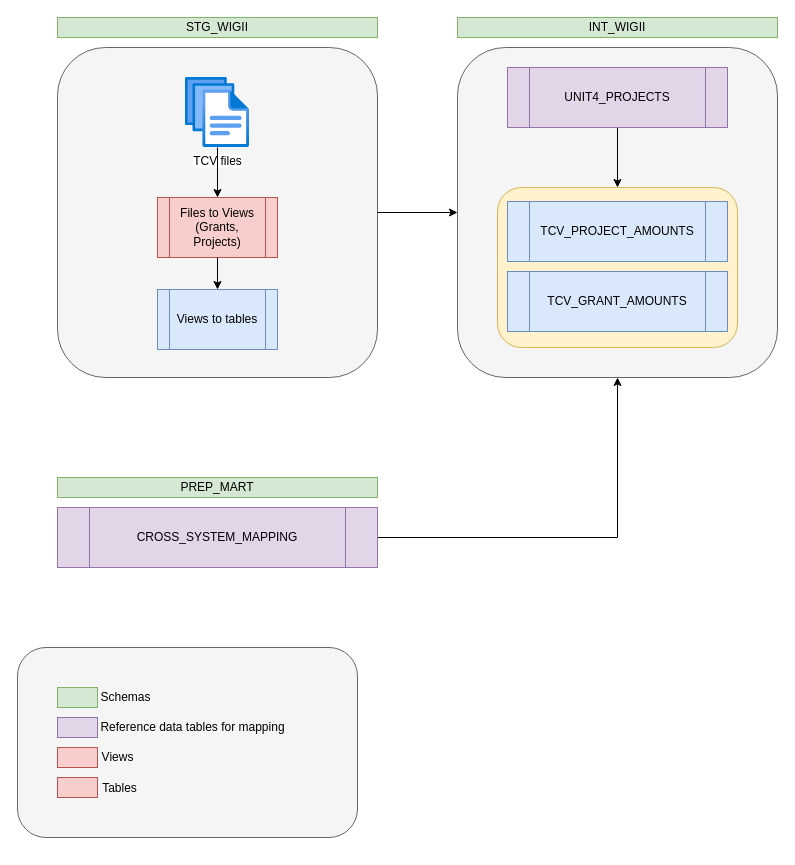
The draw.io diagram Wigii TCVs data flow.drawio in Medair/drawio, before the edit. Source tidied: cells renumbered, new cells numbered last; positions are measured from the earlier drawing's top-left corner, leaving out a move shared by most shapes. Both pictures are drawn from the tidied source at 100%, with x=0, y=0 at pixel (17, 17).
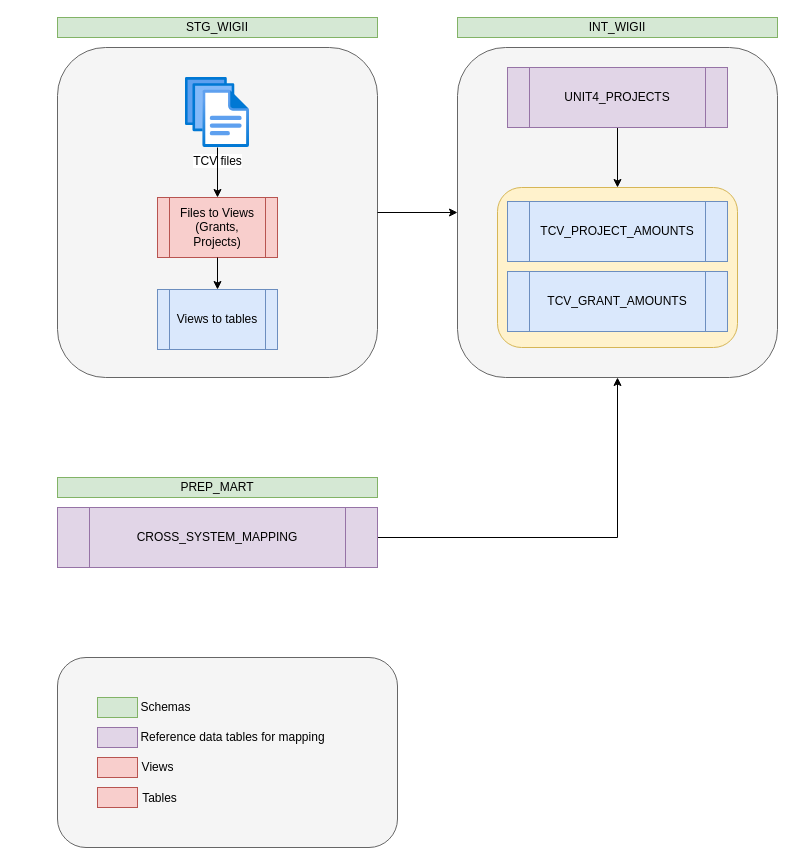
The same diagram, later.

Change to the diagram source:
```diff
@@
-    <mxCell id="2" style="rounded=1;whiteSpace=wrap;html=1;fillColor=#f5f5f5;fontColor=#333333;strokeColor=#666666;fontSize=11;" parent="1" vertex="1">
-      <mxGeometry y="630" width="340" height="190" as="geometry" />
-    </mxCell>
@@
+    <mxCell id="30" style="group;" parent="1" vertex="1">
+      <mxGeometry x="40" y="640" width="340" height="190" as="geometry" />
+    </mxCell>
+    <mxCell id="2" style="rounded=1;whiteSpace=wrap;html=1;fillColor=#f5f5f5;fontColor=#333333;strokeColor=#666666;fontSize=11;" parent="30" vertex="1">
+      <mxGeometry width="340" height="190" as="geometry" />
+    </mxCell>
-    <mxCell id="22" style="rounded=0;whiteSpace=wrap;html=1;fillColor=#d5e8d4;strokeColor=#82b366;" parent="1" vertex="1">
-      <mxGeometry x="40" y="670" width="40" height="20" as="geometry" />
+    <mxCell id="22" style="rounded=0;whiteSpace=wrap;html=1;fillColor=#d5e8d4;strokeColor=#82b366;" parent="30" vertex="1">
+      <mxGeometry x="40" y="40" width="40" height="20" as="geometry" />
     </mxCell>
-    <mxCell id="23" style="rounded=0;whiteSpace=wrap;html=1;fillColor=#e1d5e7;strokeColor=#9673a6;" parent="1" vertex="1">
-      <mxGeometry x="40" y="700" width="40" height="20" as="geometry" />
+    <mxCell id="23" style="rounded=0;whiteSpace=wrap;html=1;fillColor=#e1d5e7;strokeColor=#9673a6;" parent="30" vertex="1">
+      <mxGeometry x="40" y="70" width="40" height="20" as="geometry" />
     </mxCell>
-    <mxCell id="24" value="Reference data tables for mapping" style="text;html=1;align=center;verticalAlign=middle;strokeColor=none;fillColor=none;" parent="1" vertex="1">
-      <mxGeometry x="70" y="695" width="210" height="30" as="geometry" />
+    <mxCell id="24" value="Reference data tables for mapping" style="text;html=1;align=center;verticalAlign=middle;strokeColor=none;fillColor=none;" parent="30" vertex="1">
+      <mxGeometry x="70" y="65" width="210" height="30" as="geometry" />
     </mxCell>
-    <mxCell id="25" value="Schemas" style="text;html=1;align=center;verticalAlign=middle;strokeColor=none;fillColor=none;" parent="1" vertex="1">
-      <mxGeometry x="73" y="665" width="70" height="30" as="geometry" />
+    <mxCell id="25" value="Schemas" style="text;html=1;align=center;verticalAlign=middle;strokeColor=none;fillColor=none;" parent="30" vertex="1">
+      <mxGeometry x="73" y="35" width="70" height="30" as="geometry" />
     </mxCell>
-    <mxCell id="26" style="rounded=0;whiteSpace=wrap;html=1;fillColor=#f8cecc;strokeColor=#b85450;" parent="1" vertex="1">
-      <mxGeometry x="40" y="730" width="40" height="20" as="geometry" />
+    <mxCell id="26" style="rounded=0;whiteSpace=wrap;html=1;fillColor=#f8cecc;strokeColor=#b85450;" parent="30" vertex="1">
+      <mxGeometry x="40" y="100" width="40" height="20" as="geometry" />
     </mxCell>
-    <mxCell id="27" value="Views" style="text;html=1;align=center;verticalAlign=middle;strokeColor=none;fillColor=none;" parent="1" vertex="1">
-      <mxGeometry x="70" y="725" width="60" height="30" as="geometry" />
+    <mxCell id="27" value="Views" style="text;html=1;align=center;verticalAlign=middle;strokeColor=none;fillColor=none;" parent="30" vertex="1">
+      <mxGeometry x="70" y="95" width="60" height="30" as="geometry" />
     </mxCell>
-    <mxCell id="28" style="rounded=0;whiteSpace=wrap;html=1;fillColor=#f8cecc;strokeColor=#b85450;" parent="1" vertex="1">
-      <mxGeometry x="40" y="760" width="40" height="20" as="geometry" />
+    <mxCell id="28" style="rounded=0;whiteSpace=wrap;html=1;fillColor=#f8cecc;strokeColor=#b85450;" parent="30" vertex="1">
+      <mxGeometry x="40" y="130" width="40" height="20" as="geometry" />
     </mxCell>
-    <mxCell id="29" value="Tables" style="text;html=1;align=center;verticalAlign=middle;strokeColor=none;fillColor=none;" parent="1" vertex="1">
-      <mxGeometry x="72" y="756" width="60" height="30" as="geometry" />
+    <mxCell id="29" value="Tables" style="text;html=1;align=center;verticalAlign=middle;strokeColor=none;fillColor=none;" parent="30" vertex="1">
+      <mxGeometry x="72" y="126" width="60" height="30" as="geometry" />
     </mxCell>
```
